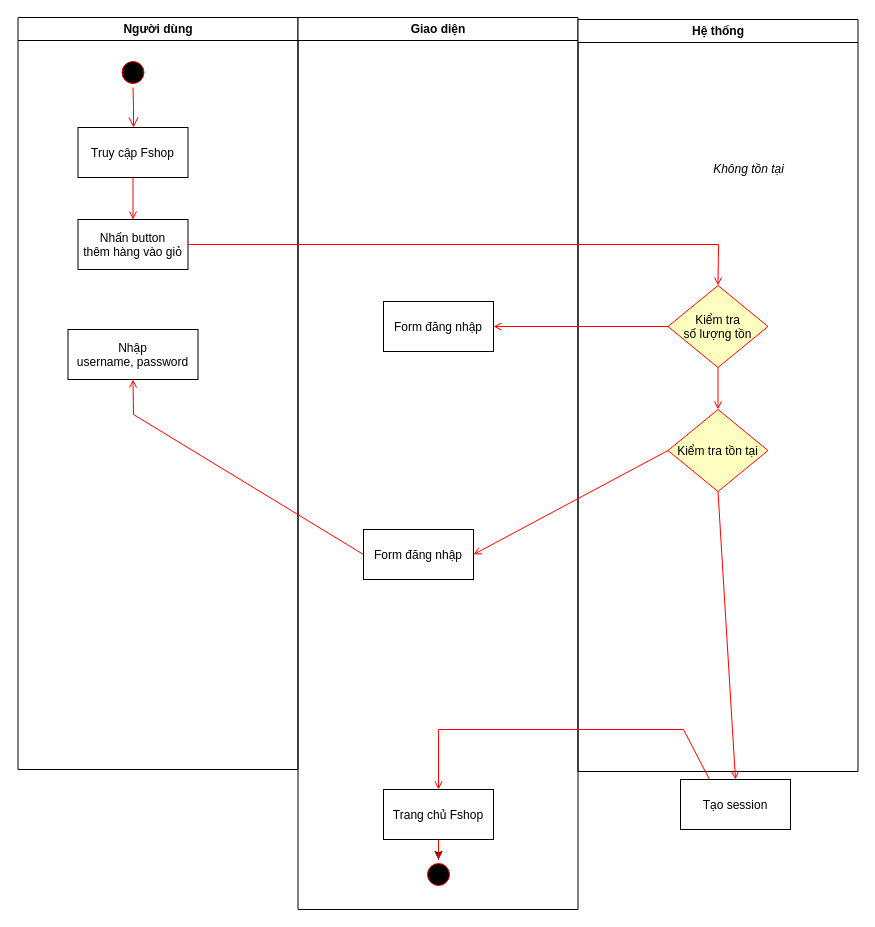
This is ActivityAddToCart.drawio from NguyenQuocAn99/MyDiagram, a draw.io file, before an edit. Source tidied: cells renumbered, new cells numbered last; positions are measured from the earlier drawing's top-left corner, leaving out a move shared by most shapes. Both pictures are drawn from the tidied source at 100%, with x=0, y=0 at pixel (17, 17).
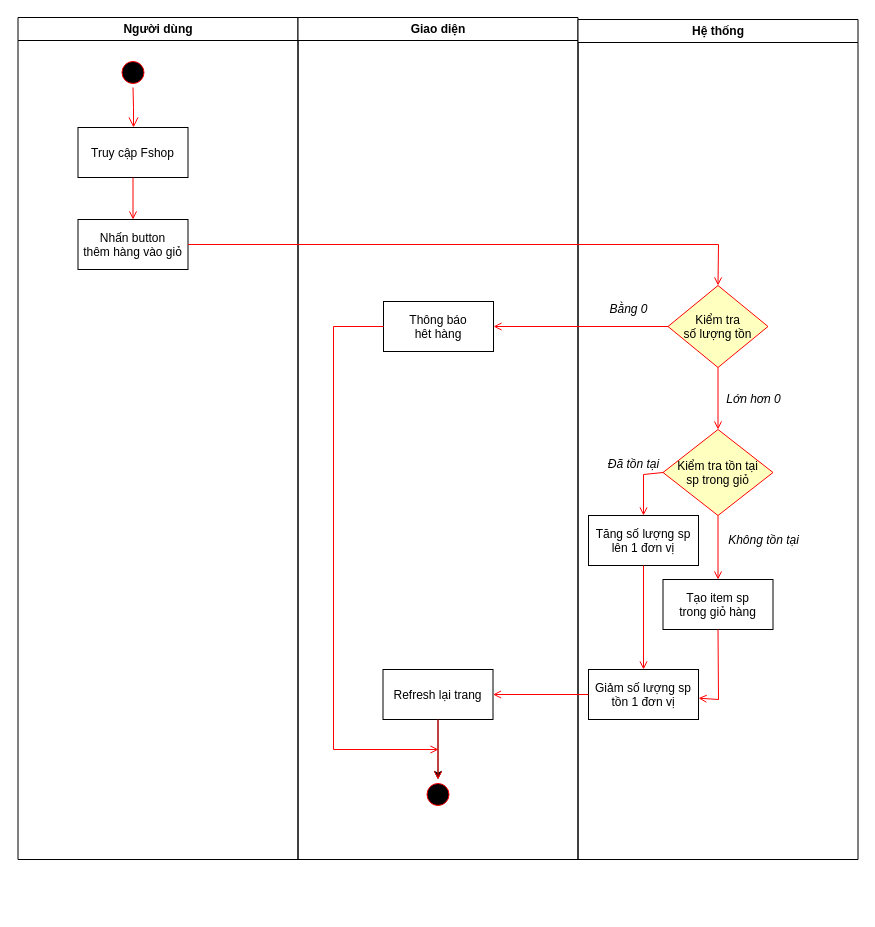
After the change.

Unchanged cells that the change refers to:
```xml
<mxCell id="6" value="Nhấn button&#10;thêm hàng vào giỏ" parent="2" vertex="1">
  <mxGeometry x="60" y="202" width="110" height="50" as="geometry" />
</mxCell>
<mxCell id="18" value="Kiểm tra&#10;số lượng tồn" style="rhombus;fillColor=#ffffc0;strokeColor=#ff0000;" parent="16" vertex="1">
  <mxGeometry x="90" y="266" width="100" height="82" as="geometry" />
</mxCell>
```

The edit, as a diff of the source:
```diff
@@
     <mxCell id="2" value="Người dùng" style="swimlane;whiteSpace=wrap;" parent="1" vertex="1">
-      <mxGeometry x="0.5" width="280" height="752" as="geometry" />
+      <mxGeometry x="0.5" width="280" height="842" as="geometry" />
     </mxCell>
@@
-    <mxCell id="8" value="Nhập&#10;username, password" parent="2" vertex="1">
-      <mxGeometry x="50" y="312" width="130" height="50" as="geometry" />
-    </mxCell>
     <mxCell id="9" value="Giao diện" style="swimlane;whiteSpace=wrap;" parent="1" vertex="1">
-      <mxGeometry x="280.5" width="280" height="892" as="geometry" />
+      <mxGeometry x="280.5" width="280" height="842" as="geometry" />
     </mxCell>
@@
-    <mxCell id="11" value="Trang chủ Fshop" parent="9" vertex="1">
-      <mxGeometry x="85.5" y="772" width="110" height="50" as="geometry" />
+    <mxCell id="11" value="Refresh lại trang" parent="9" vertex="1">
+      <mxGeometry x="85" y="652" width="110" height="50" as="geometry" />
     </mxCell>
-    <mxCell id="12" value="Form đăng nhập" parent="9" vertex="1">
-      <mxGeometry x="65.5" y="512" width="110" height="50" as="geometry" />
-    </mxCell>
     <mxCell id="13" style="ellipse;shape=startState;fillColor=#000000;strokeColor=#ff0000;" parent="9" vertex="1">
-      <mxGeometry x="125.5" y="842" width="30" height="30" as="geometry" />
+      <mxGeometry x="125" y="762" width="30" height="30" as="geometry" />
     </mxCell>
@@
-    <mxCell id="15" value="Form đăng nhập" parent="9" vertex="1">
+    <mxCell id="15" value="Thông báo &#10;hêt hàng" parent="9" vertex="1">
       <mxGeometry x="85.5" y="284" width="110" height="50" as="geometry" />
     </mxCell>
+    <mxCell id="28" style="endArrow=open;strokeColor=#FF0000;endFill=1;rounded=0;exitX=0;exitY=0.5;exitDx=0;exitDy=0;" parent="9" edge="1" source="15">
+      <mxGeometry relative="1" as="geometry">
+        <mxPoint x="140.5" y="732" as="targetPoint" />
+        <Array as="points">
+          <mxPoint x="35.5" y="309" />
+          <mxPoint x="35.5" y="732" />
+        </Array>
+      </mxGeometry>
+    </mxCell>
     <mxCell id="16" value="Hệ thống" style="swimlane;whiteSpace=wrap;" parent="1" vertex="1">
-      <mxGeometry x="560.5" y="2" width="280" height="752" as="geometry" />
+      <mxGeometry x="560.5" y="2" width="280" height="840" as="geometry" />
     </mxCell>
-    <mxCell id="17" value="Kiểm tra tồn tại" style="rhombus;fillColor=#ffffc0;strokeColor=#ff0000;" parent="16" vertex="1">
-      <mxGeometry x="90" y="390" width="100" height="82" as="geometry" />
+    <mxCell id="17" value="Kiểm tra tồn tại&#10;sp trong giỏ" style="rhombus;fillColor=#ffffc0;strokeColor=#ff0000;" parent="16" vertex="1">
+      <mxGeometry x="85" y="410" width="110" height="86" as="geometry" />
     </mxCell>
@@
     <mxCell id="19" value="Không tồn tại" style="text;html=1;align=center;verticalAlign=middle;strokeColor=none;fontStyle=2;" parent="16" vertex="1">
-      <mxGeometry x="125.5" y="140" width="90" height="20" as="geometry" />
+      <mxGeometry x="140.5" y="511" width="90" height="20" as="geometry" />
     </mxCell>
@@
-    <mxCell id="21" style="endArrow=open;strokeColor=#FF0000;endFill=1;rounded=0;entryX=0.5;entryY=0;entryDx=0;entryDy=0;exitX=1;exitY=0.5;exitDx=0;exitDy=0;" parent="1" edge="1" source="6" target="18">
-      <mxGeometry relative="1" as="geometry">
-        <Array as="points">
-          <mxPoint x="701" y="227" />
-        </Array>
-      </mxGeometry>
-    </mxCell>
-    <mxCell id="22" style="endArrow=open;strokeColor=#FF0000;endFill=1;rounded=0;exitX=0;exitY=0.5;exitDx=0;exitDy=0;entryX=1;entryY=0.5;entryDx=0;entryDy=0;" parent="1" edge="1" source="17" target="12">
-      <mxGeometry relative="1" as="geometry" />
-    </mxCell>
-    <mxCell id="23" style="endArrow=open;strokeColor=#FF0000;endFill=1;rounded=0;exitX=0;exitY=0.5;exitDx=0;exitDy=0;entryX=0.5;entryY=1;entryDx=0;entryDy=0;" parent="1" edge="1" source="12" target="8">
-      <mxGeometry relative="1" as="geometry">
-        <Array as="points">
-          <mxPoint x="116" y="397" />
-        </Array>
-      </mxGeometry>
-    </mxCell>
-    <mxCell id="24" style="endArrow=open;strokeColor=#FF0000;endFill=1;rounded=0;entryX=0.5;entryY=0;entryDx=0;entryDy=0;exitX=0.5;exitY=1;exitDx=0;exitDy=0;" parent="1" edge="1" source="25" target="11">
-      <mxGeometry relative="1" as="geometry">
-        <Array as="points">
-          <mxPoint x="666" y="712" />
-          <mxPoint x="556" y="712" />
-          <mxPoint x="421" y="712" />
-        </Array>
-      </mxGeometry>
-    </mxCell>
-    <mxCell id="25" value="Tạo session" parent="1" vertex="1">
-      <mxGeometry x="663" y="762" width="110" height="50" as="geometry" />
+    <mxCell id="25" value="Tạo item sp &#10;trong giỏ hàng" parent="16" vertex="1">
+      <mxGeometry x="85" y="560" width="110" height="50" as="geometry" />
     </mxCell>
-    <mxCell id="26" style="endArrow=open;strokeColor=#FF0000;endFill=1;rounded=0;exitX=0.5;exitY=1;exitDx=0;exitDy=0;entryX=0.5;entryY=0;entryDx=0;entryDy=0;" parent="1" edge="1" source="17" target="25">
+    <mxCell id="26" style="endArrow=open;strokeColor=#FF0000;endFill=1;rounded=0;exitX=0.5;exitY=1;exitDx=0;exitDy=0;entryX=0.5;entryY=0;entryDx=0;entryDy=0;" parent="16" edge="1" source="17" target="25">
       <mxGeometry relative="1" as="geometry" />
     </mxCell>
+    <mxCell id="12" value="Tăng số lượng sp&#10;lên 1 đơn vị" parent="16" vertex="1">
+      <mxGeometry x="10.5" y="496" width="110" height="50" as="geometry" />
+    </mxCell>
+    <mxCell id="22" style="endArrow=open;strokeColor=#FF0000;endFill=1;rounded=0;exitX=0;exitY=0.5;exitDx=0;exitDy=0;entryX=0.5;entryY=0;entryDx=0;entryDy=0;" parent="16" edge="1" source="17" target="12">
+      <mxGeometry relative="1" as="geometry">
+        <Array as="points">
+          <mxPoint x="65.5" y="455" />
+        </Array>
+      </mxGeometry>
+    </mxCell>
+    <mxCell id="29" value="Giảm số lượng sp&#10;tồn 1 đơn vị" parent="16" vertex="1">
+      <mxGeometry x="10.5" y="650" width="110" height="50" as="geometry" />
+    </mxCell>
+    <mxCell id="24" style="endArrow=open;strokeColor=#FF0000;endFill=1;rounded=0;exitX=0.5;exitY=1;exitDx=0;exitDy=0;" parent="16" edge="1" source="25" target="29">
+      <mxGeometry relative="1" as="geometry">
+        <Array as="points">
+          <mxPoint x="140.5" y="680" />
+        </Array>
+      </mxGeometry>
+    </mxCell>
+    <mxCell id="30" style="endArrow=open;strokeColor=#FF0000;endFill=1;rounded=0;exitX=0.5;exitY=1;exitDx=0;exitDy=0;entryX=0.5;entryY=0;entryDx=0;entryDy=0;" parent="16" edge="1" source="12" target="29">
+      <mxGeometry relative="1" as="geometry" />
+    </mxCell>
+    <mxCell id="31" value="Đã tồn tại" style="text;html=1;align=center;verticalAlign=middle;strokeColor=none;fontStyle=2;" parent="16" vertex="1">
+      <mxGeometry x="20.5" y="435" width="70" height="20" as="geometry" />
+    </mxCell>
+    <mxCell id="32" value="Bằng 0" style="text;html=1;align=center;verticalAlign=middle;strokeColor=none;fontStyle=2;" parent="16" vertex="1">
+      <mxGeometry x="25.5" y="280" width="50" height="20" as="geometry" />
+    </mxCell>
+    <mxCell id="33" value="Lớn hơn 0" style="text;html=1;align=center;verticalAlign=middle;strokeColor=none;fontStyle=2;" parent="16" vertex="1">
+      <mxGeometry x="140.5" y="370" width="70" height="20" as="geometry" />
+    </mxCell>
+    <mxCell id="21" style="endArrow=open;strokeColor=#FF0000;endFill=1;rounded=0;entryX=0.5;entryY=0;entryDx=0;entryDy=0;exitX=1;exitY=0.5;exitDx=0;exitDy=0;" parent="1" edge="1" source="6" target="18">
+      <mxGeometry relative="1" as="geometry">
+        <Array as="points">
+          <mxPoint x="701" y="227" />
+        </Array>
+      </mxGeometry>
+    </mxCell>
@@
+    <mxCell id="34" style="endArrow=open;strokeColor=#FF0000;endFill=1;rounded=0;exitX=0;exitY=0.5;exitDx=0;exitDy=0;" parent="1" edge="1" source="29" target="11">
+      <mxGeometry relative="1" as="geometry" />
+    </mxCell>
```
